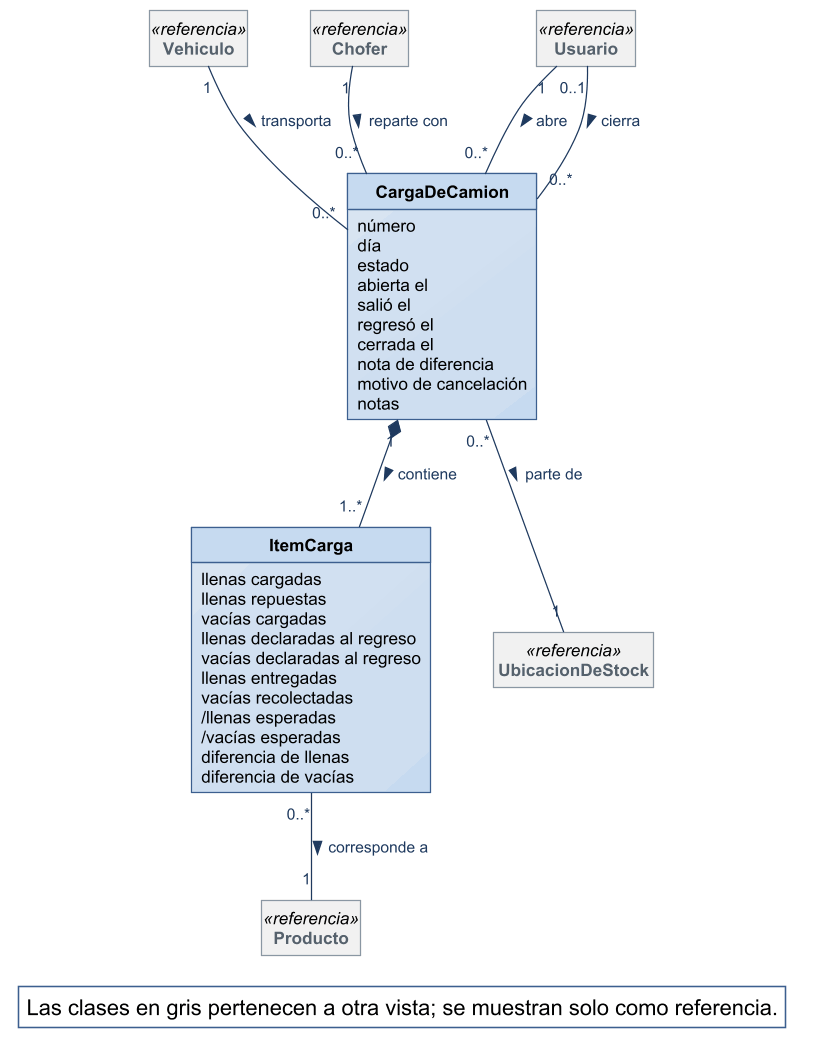
Before: diagramas/modelo-conceptual/MC_Carga-del-camion.png, a diagram exported from PlantUML (Nahuelito-Dev/splg-docs).
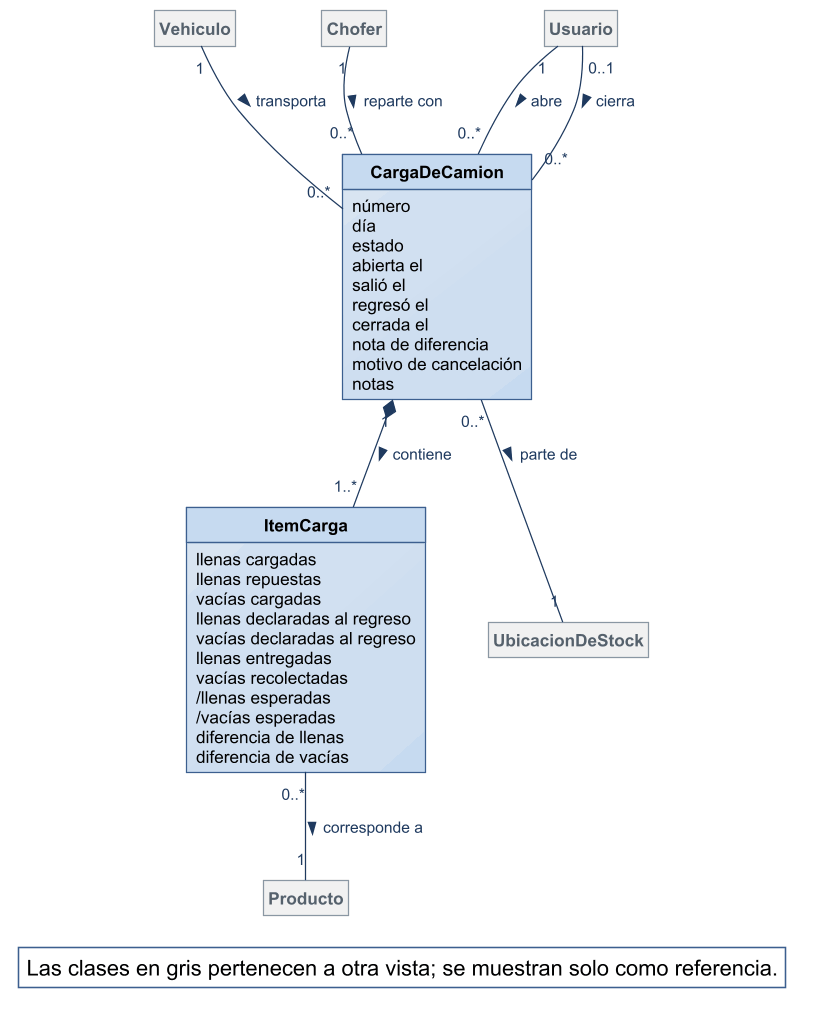
The same file after the commit.

What changed in the source:
```diff
@@ -2,11 +2,6 @@
 !include ../estilo-vp.iuml
 skinparam nodesep 40
 skinparam ranksep 55
-skinparam class<<referencia>> {
-  BackgroundColor #F1F1F1
-  BorderColor #8A97A3
-  FontColor #55616C
-}
 skinparam packageStyle rectangle
 hide circle
 hide methods
@@ -37,11 +32,11 @@
   diferencia de llenas
   diferencia de vacías
 }
-class Vehiculo <<referencia>>
-class Chofer <<referencia>>
-class UbicacionDeStock <<referencia>>
-class Producto <<referencia>>
-class Usuario <<referencia>>
+class Vehiculo #F1F1F1;line:8A97A3;text:55616C
+class Chofer #F1F1F1;line:8A97A3;text:55616C
+class UbicacionDeStock #F1F1F1;line:8A97A3;text:55616C
+class Producto #F1F1F1;line:8A97A3;text:55616C
+class Usuario #F1F1F1;line:8A97A3;text:55616C
 
 
 Vehiculo "1" -- "0..*" CargaDeCamion : transporta >
```
